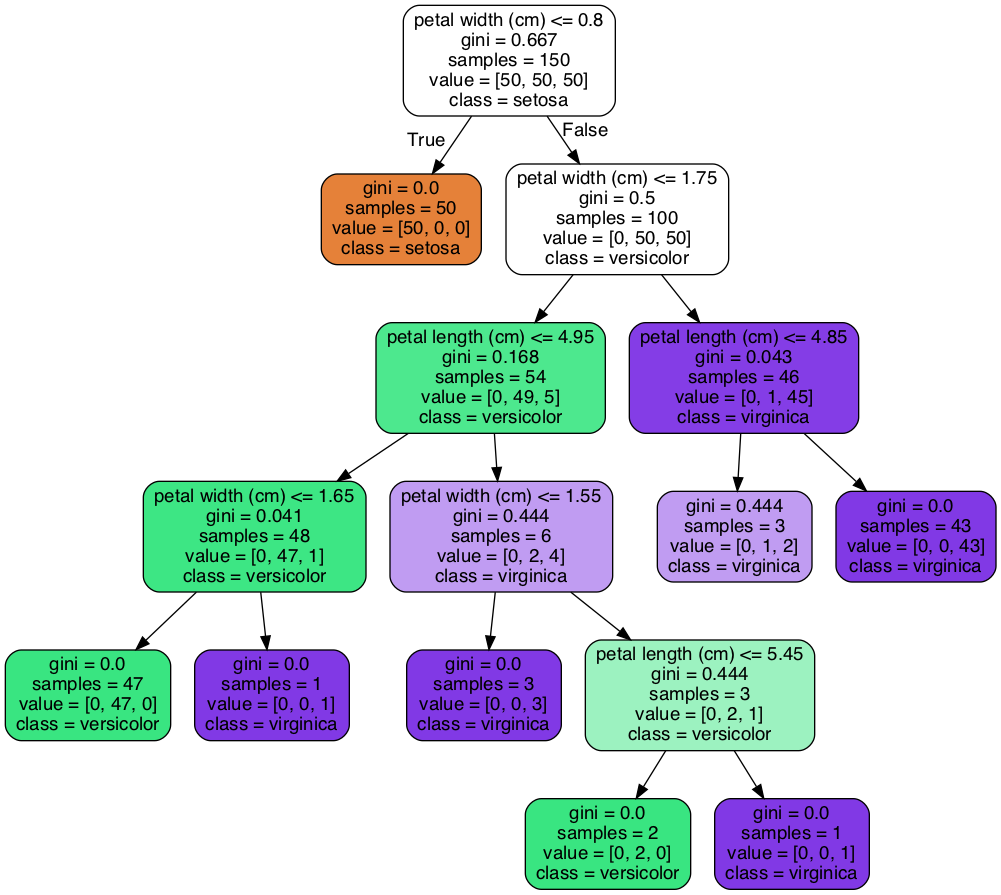
Earlier version of the Graphviz export HandsOnMachineLearningWithScikitLearnAndTensorFlow/assets/ch06/iris_tree_d10.png (jhrcook/100DaysOfPython). Its source is kept beside it as HandsOnMachineLearningWithScikitLearnAndTensorFlow/assets/ch06/iris_tree_d10.dot. The source it was exported from:
```dot
digraph Tree {
node [shape=box, style="filled, rounded", color="black", fontname=helvetica] ;
edge [fontname=helvetica] ;
0 [label="petal width (cm) <= 0.8\ngini = 0.667\nsamples = 150\nvalue = [50, 50, 50]\nclass = setosa", fillcolor="#ffffff"] ;
1 [label="gini = 0.0\nsamples = 50\nvalue = [50, 0, 0]\nclass = setosa", fillcolor="#e58139"] ;
0 -> 1 [labeldistance=2.5, labelangle=45, headlabel="True"] ;
2 [label="petal width (cm) <= 1.75\ngini = 0.5\nsamples = 100\nvalue = [0, 50, 50]\nclass = versicolor", fillcolor="#ffffff"] ;
0 -> 2 [labeldistance=2.5, labelangle=-45, headlabel="False"] ;
3 [label="petal length (cm) <= 4.95\ngini = 0.168\nsamples = 54\nvalue = [0, 49, 5]\nclass = versicolor", fillcolor="#4de88e"] ;
2 -> 3 ;
4 [label="petal width (cm) <= 1.65\ngini = 0.041\nsamples = 48\nvalue = [0, 47, 1]\nclass = versicolor", fillcolor="#3de684"] ;
3 -> 4 ;
5 [label="gini = 0.0\nsamples = 47\nvalue = [0, 47, 0]\nclass = versicolor", fillcolor="#39e581"] ;
4 -> 5 ;
6 [label="gini = 0.0\nsamples = 1\nvalue = [0, 0, 1]\nclass = virginica", fillcolor="#8139e5"] ;
4 -> 6 ;
7 [label="petal width (cm) <= 1.55\ngini = 0.444\nsamples = 6\nvalue = [0, 2, 4]\nclass = virginica", fillcolor="#c09cf2"] ;
3 -> 7 ;
8 [label="gini = 0.0\nsamples = 3\nvalue = [0, 0, 3]\nclass = virginica", fillcolor="#8139e5"] ;
7 -> 8 ;
9 [label="petal length (cm) <= 5.45\ngini = 0.444\nsamples = 3\nvalue = [0, 2, 1]\nclass = versicolor", fillcolor="#9cf2c0"] ;
7 -> 9 ;
10 [label="gini = 0.0\nsamples = 2\nvalue = [0, 2, 0]\nclass = versicolor", fillcolor="#39e581"] ;
9 -> 10 ;
11 [label="gini = 0.0\nsamples = 1\nvalue = [0, 0, 1]\nclass = virginica", fillcolor="#8139e5"] ;
9 -> 11 ;
12 [label="petal length (cm) <= 4.85\ngini = 0.043\nsamples = 46\nvalue = [0, 1, 45]\nclass = virginica", fillcolor="#843de6"] ;
2 -> 12 ;
13 [label="gini = 0.444\nsamples = 3\nvalue = [0, 1, 2]\nclass = virginica", fillcolor="#c09cf2"] ;
12 -> 13 ;
14 [label="gini = 0.0\nsamples = 43\nvalue = [0, 0, 43]\nclass = virginica", fillcolor="#8139e5"] ;
12 -> 14 ;
}
```
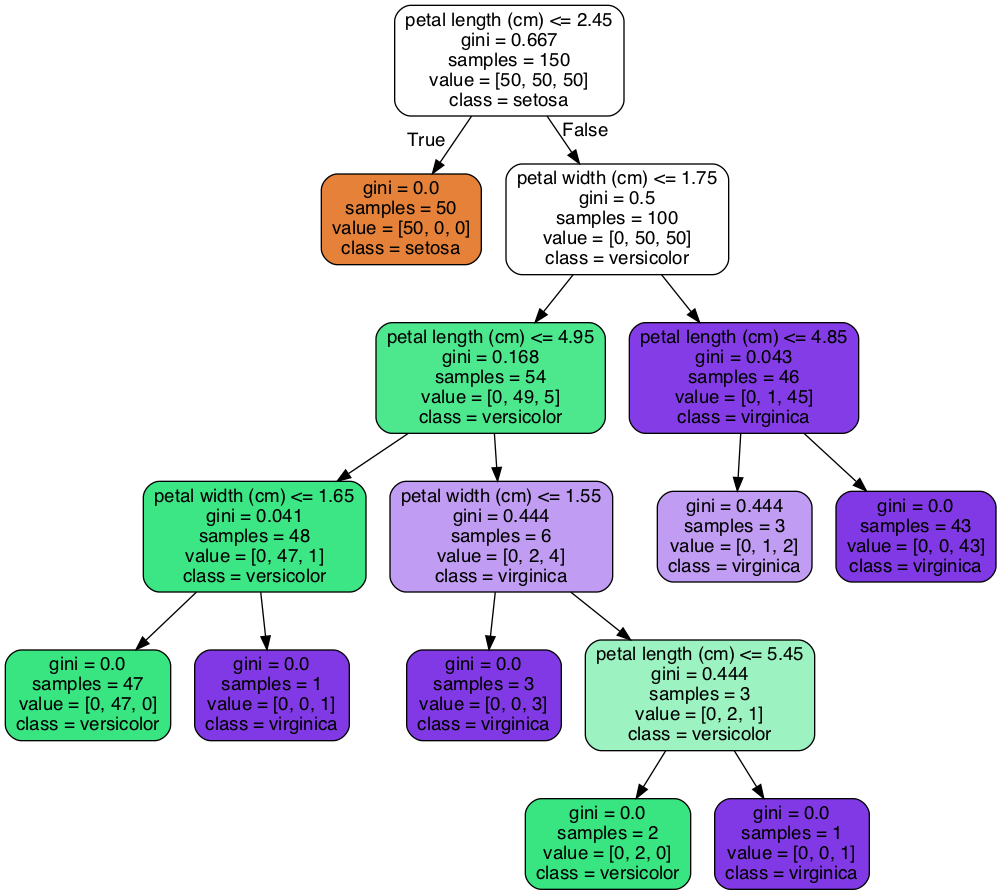
After the commit.

Diff of the diagram source:
```diff
@@ -1,7 +1,7 @@
 digraph Tree {
 node [shape=box, style="filled, rounded", color="black", fontname=helvetica] ;
 edge [fontname=helvetica] ;
-0 [label="petal width (cm) <= 0.8\ngini = 0.667\nsamples = 150\nvalue = [50, 50, 50]\nclass = setosa", fillcolor="#ffffff"] ;
+0 [label="petal length (cm) <= 2.45\ngini = 0.667\nsamples = 150\nvalue = [50, 50, 50]\nclass = setosa", fillcolor="#ffffff"] ;
 1 [label="gini = 0.0\nsamples = 50\nvalue = [50, 0, 0]\nclass = setosa", fillcolor="#e58139"] ;
 0 -> 1 [labeldistance=2.5, labelangle=45, headlabel="True"] ;
 2 [label="petal width (cm) <= 1.75\ngini = 0.5\nsamples = 100\nvalue = [0, 50, 50]\nclass = versicolor", fillcolor="#ffffff"] ;
```
